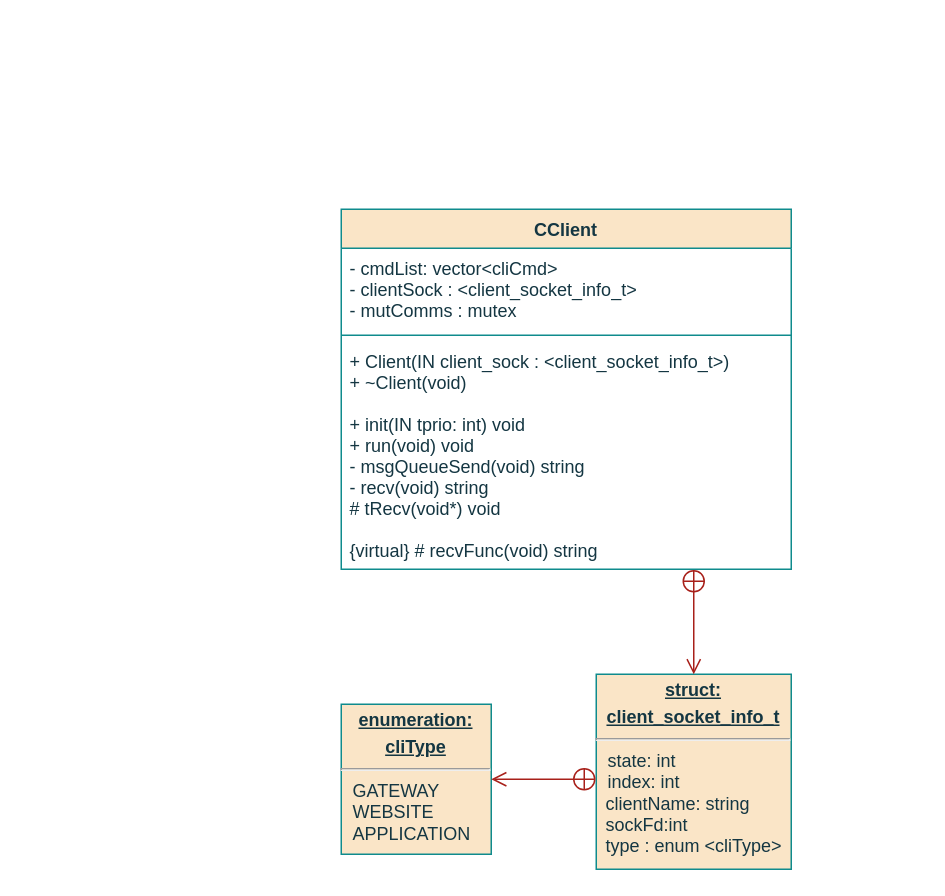
ESRGgroup9/slipad keeps this draw.io diagram as page "CClient" (3 of 4) of documentation/flowcharts/RS/Classes.drawio. Above is the earlier version. Source tidied: cells renumbered, new cells numbered last; positions are measured from the earlier drawing's top-left corner, leaving out a move shared by most shapes. Both pictures are drawn from the tidied source at 150%, with x=0, y=0 at pixel (340, 208).
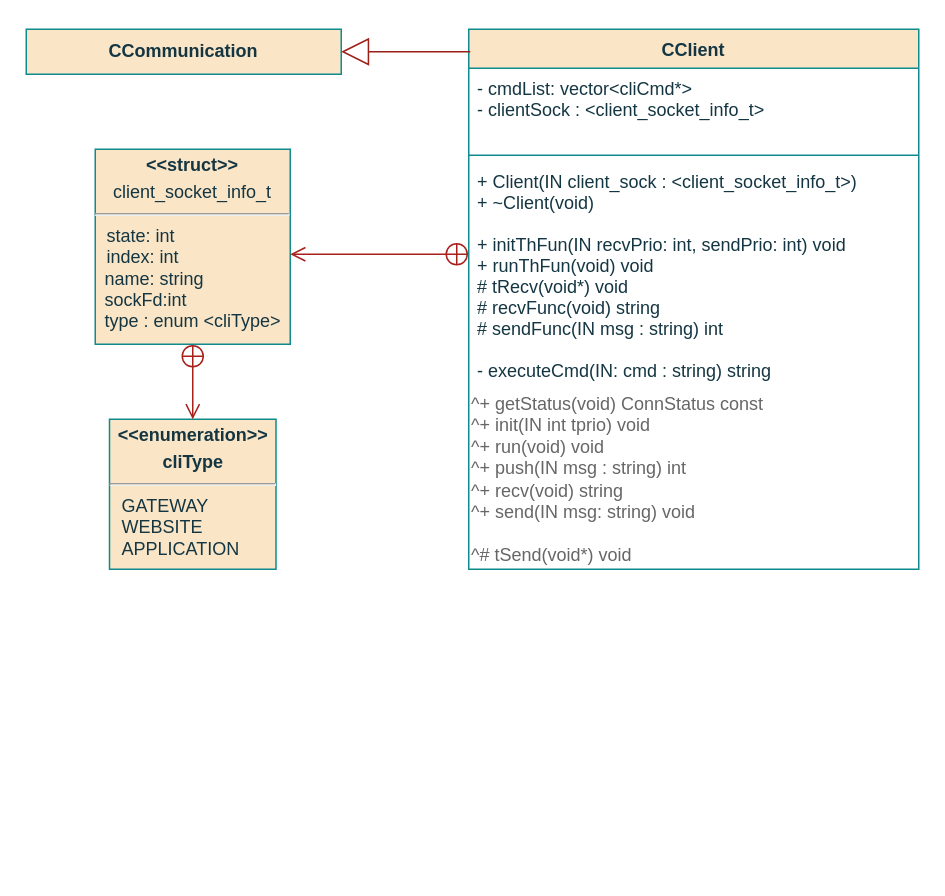
The same diagram, later.

What changed in the source:
```diff
@@
 <mxGraphModel>
   <root>
     <mxCell id="0" />
     <mxCell id="1" parent="0" />
-    <mxCell id="2" value="CClient" style="swimlane;fontStyle=1;align=center;verticalAlign=top;horizontal=1;startSize=26;fillColor=#FAE5C7;strokeColor=#0F8B8D;fontColor=#143642;" parent="1" vertex="1">
-      <mxGeometry width="300" height="240" as="geometry" />
-    </mxCell>
-    <mxCell id="3" value="- cmdList: vector&lt;cliCmd&gt;&#10;- clientSock : &lt;client_socket_info_t&gt;&#10;- mutComms : mutex&#10;" style="text;strokeColor=none;fillColor=none;align=left;verticalAlign=top;spacingLeft=4;spacingRight=4;overflow=hidden;fontColor=#143642;" parent="2" vertex="1">
-      <mxGeometry y="26" width="300" height="54" as="geometry" />
-    </mxCell>
-    <mxCell id="4" style="line;strokeWidth=1;fillColor=none;align=left;verticalAlign=middle;spacingTop=-1;spacingLeft=3;spacingRight=3;labelPosition=right;labelBackgroundColor=#DAD2D8;strokeColor=#0F8B8D;fontColor=#143642;" parent="2" vertex="1">
-      <mxGeometry y="80" width="300" height="8" as="geometry" />
-    </mxCell>
-    <mxCell id="5" value="+ Client(IN client_sock : &lt;client_socket_info_t&gt;)&#10;+ ~Client(void)&#10;&#10;+ init(IN tprio: int) void&#10;+ run(void) void&#10;- msgQueueSend(void) string&#10;- recv(void) string&#10;# tRecv(void*) void&#10;&#10;{virtual} # recvFunc(void) string" style="text;strokeColor=none;fillColor=none;align=left;verticalAlign=top;spacingLeft=4;spacingRight=4;overflow=hidden;points=[[0,0.5],[1,0.5]];portConstraint=eastwest;fontColor=#143642;" parent="2" vertex="1">
-      <mxGeometry y="88" width="300" height="152" as="geometry" />
-    </mxCell>
-    <mxCell id="6" value="&lt;p style=&quot;margin: 0px ; margin-top: 4px ; text-align: center ; text-decoration: underline&quot;&gt;&lt;b&gt;enumeration:&lt;/b&gt;&lt;/p&gt;&lt;p style=&quot;margin: 0px ; margin-top: 4px ; text-align: center ; text-decoration: underline&quot;&gt;&lt;b&gt;cliType&lt;/b&gt;&lt;/p&gt;&lt;hr&gt;&lt;p style=&quot;margin: 0px ; margin-left: 8px&quot;&gt;GATEWAY&lt;/p&gt;&lt;p style=&quot;margin: 0px ; margin-left: 8px&quot;&gt;WEBSITE&lt;/p&gt;&lt;p style=&quot;margin: 0px ; margin-left: 8px&quot;&gt;APPLICATION&lt;br&gt;&lt;/p&gt;" style="verticalAlign=top;align=left;overflow=fill;fontSize=12;fontFamily=Helvetica;html=1;fillColor=#FAE5C7;strokeColor=#0F8B8D;fontColor=#143642;" parent="1" vertex="1">
-      <mxGeometry y="330" width="100" height="100" as="geometry" />
+    <mxCell id="6" value="&lt;p style=&quot;margin: 4px 0px 0px ; text-align: center&quot;&gt;&lt;b&gt;&amp;lt;&amp;lt;enumeration&amp;gt;&amp;gt;&lt;/b&gt;&lt;/p&gt;&lt;p style=&quot;margin: 4px 0px 0px ; text-align: center&quot;&gt;&lt;b&gt;cliType&lt;/b&gt;&lt;/p&gt;&lt;hr&gt;&lt;p style=&quot;margin: 0px ; margin-left: 8px&quot;&gt;GATEWAY&lt;/p&gt;&lt;p style=&quot;margin: 0px ; margin-left: 8px&quot;&gt;WEBSITE&lt;/p&gt;&lt;p style=&quot;margin: 0px ; margin-left: 8px&quot;&gt;APPLICATION&lt;br&gt;&lt;/p&gt;" style="verticalAlign=top;align=left;overflow=fill;fontSize=12;fontFamily=Helvetica;html=1;fillColor=#FAE5C7;strokeColor=#0F8B8D;fontColor=#143642;" parent="1" vertex="1">
+      <mxGeometry x="-154.5" y="140" width="111" height="100" as="geometry" />
     </mxCell>
-    <mxCell id="7" value="&lt;p style=&quot;margin: 0px ; margin-top: 4px ; text-align: center ; text-decoration: underline&quot;&gt;&lt;b&gt;struct:&lt;/b&gt;&lt;/p&gt;&lt;p style=&quot;margin: 0px ; margin-top: 4px ; text-align: center ; text-decoration: underline&quot;&gt;&lt;b&gt;client_socket_info_t&lt;br&gt;&lt;/b&gt;&lt;/p&gt;&lt;hr&gt;&lt;p style=&quot;margin: 0px ; margin-left: 8px&quot;&gt;state: int&lt;/p&gt;&lt;p style=&quot;margin: 0px ; margin-left: 8px&quot;&gt;&lt;span class=&quot;pl-c1&quot;&gt;index&lt;/span&gt;: int&lt;/p&gt;&lt;div&gt;&amp;nbsp; clientName: string&lt;/div&gt;&lt;div&gt;&amp;nbsp; sockFd:int&lt;/div&gt;&lt;div&gt;&amp;nbsp; type : enum &amp;lt;cliType&amp;gt;&lt;/div&gt;" style="verticalAlign=top;align=left;overflow=fill;fontSize=12;fontFamily=Helvetica;html=1;fillColor=#FAE5C7;strokeColor=#0F8B8D;fontColor=#143642;" parent="1" vertex="1">
-      <mxGeometry x="170" y="310" width="130" height="130" as="geometry" />
+    <mxCell id="7" value="&lt;p style=&quot;margin: 4px 0px 0px ; text-align: center&quot;&gt;&lt;b&gt;&amp;lt;&amp;lt;struct&amp;gt;&amp;gt;&lt;/b&gt;&lt;/p&gt;&lt;p style=&quot;margin: 4px 0px 0px ; text-align: center&quot;&gt;client_socket_info_t&lt;b&gt;&lt;br&gt;&lt;/b&gt;&lt;/p&gt;&lt;hr&gt;&lt;p style=&quot;margin: 0px ; margin-left: 8px&quot;&gt;state: int&lt;/p&gt;&lt;p style=&quot;margin: 0px ; margin-left: 8px&quot;&gt;&lt;span class=&quot;pl-c1&quot;&gt;index&lt;/span&gt;: int&lt;/p&gt;&lt;div&gt;&amp;nbsp; name: string&lt;/div&gt;&lt;div&gt;&amp;nbsp; sockFd:int&lt;/div&gt;&lt;div&gt;&amp;nbsp; type : enum &amp;lt;cliType&amp;gt;&lt;/div&gt;" style="verticalAlign=top;align=left;overflow=fill;fontSize=12;fontFamily=Helvetica;html=1;fillColor=#FAE5C7;strokeColor=#0F8B8D;fontColor=#143642;" parent="1" vertex="1">
+      <mxGeometry x="-164" y="-40" width="130" height="130" as="geometry" />
     </mxCell>
     <mxCell id="8" style="endArrow=open;startArrow=circlePlus;endFill=0;startFill=0;endSize=8;html=1;rounded=1;sketch=0;fontColor=#143642;strokeColor=#A8201A;fillColor=#FAE5C7;edgeStyle=orthogonalEdgeStyle;" parent="1" edge="1" source="7" target="6">
       <mxGeometry relative="1" as="geometry">
         <Array as="points">
-          <mxPoint x="136" y="380" />
-          <mxPoint x="136" y="380" />
+          <mxPoint x="-105" y="20" />
         </Array>
       </mxGeometry>
     </mxCell>
-    <mxCell id="9" style="endArrow=open;startArrow=circlePlus;endFill=0;startFill=0;endSize=8;html=1;rounded=1;sketch=0;fontColor=#143642;strokeColor=#A8201A;fillColor=#FAE5C7;edgeStyle=orthogonalEdgeStyle;" parent="1" edge="1" source="5" target="7">
+    <mxCell id="9" style="endArrow=open;startArrow=circlePlus;endFill=0;startFill=0;endSize=8;html=1;rounded=1;sketch=0;fontColor=#143642;strokeColor=#A8201A;fillColor=#FAE5C7;edgeStyle=orthogonalEdgeStyle;" parent="1" edge="1" source="11" target="7">
       <mxGeometry relative="1" as="geometry">
         <Array as="points">
-          <mxPoint x="235" y="280" />
-          <mxPoint x="235" y="280" />
+          <mxPoint x="56" y="30" />
+          <mxPoint x="56" y="30" />
         </Array>
       </mxGeometry>
     </mxCell>
+    <mxCell id="2" value="CClient" style="swimlane;fontStyle=1;align=center;verticalAlign=top;horizontal=1;startSize=26;fillColor=#FAE5C7;strokeColor=#0F8B8D;fontColor=#143642;" parent="1" vertex="1">
+      <mxGeometry x="85" y="-120" width="300" height="360" as="geometry" />
+    </mxCell>
+    <mxCell id="10" value="- cmdList: vector&lt;cliCmd*&gt;&#10;- clientSock : &lt;client_socket_info_t&gt;" style="text;strokeColor=none;fillColor=none;align=left;verticalAlign=top;spacingLeft=4;spacingRight=4;overflow=hidden;fontColor=#143642;" parent="2" vertex="1">
+      <mxGeometry y="26" width="300" height="54" as="geometry" />
+    </mxCell>
+    <mxCell id="4" style="line;strokeWidth=1;fillColor=none;align=left;verticalAlign=middle;spacingTop=-1;spacingLeft=3;spacingRight=3;labelPosition=right;labelBackgroundColor=#DAD2D8;strokeColor=#0F8B8D;fontColor=#143642;" parent="2" vertex="1">
+      <mxGeometry y="80" width="300" height="8" as="geometry" />
+    </mxCell>
+    <mxCell id="11" value="+ Client(IN client_sock : &lt;client_socket_info_t&gt;)&#10;+ ~Client(void)&#10;&#10;+ initThFun(IN recvPrio: int, sendPrio: int) void&#10;+ runThFun(void) void&#10;# tRecv(void*) void&#10; # recvFunc(void) string&#10;# sendFunc(IN msg : string) int&#10;&#10;- executeCmd(IN: cmd : string) string&#10;" style="text;strokeColor=none;fillColor=none;align=left;verticalAlign=top;spacingLeft=4;spacingRight=4;overflow=hidden;points=[[0,0.5],[1,0.5]];portConstraint=eastwest;fontColor=#143642;" parent="2" vertex="1">
+      <mxGeometry y="88" width="300" height="152" as="geometry" />
+    </mxCell>
+    <mxCell id="12" value="&lt;div&gt;&lt;font color=&quot;#666666&quot;&gt;^+ getStatus(void) ConnStatus const&lt;br&gt;^+ init(IN int tprio) void&lt;br&gt;^+ run(void) void&lt;br&gt;^+ push(IN msg : string) int&lt;/font&gt;&lt;/div&gt;&lt;div&gt;&lt;font color=&quot;#666666&quot;&gt;^+ recv(void) string&lt;br&gt;^+ send(IN msg: string) void&lt;/font&gt;&lt;/div&gt;&lt;div&gt;&lt;font color=&quot;#666666&quot;&gt;&lt;br&gt;&lt;/font&gt;&lt;/div&gt;&lt;div align=&quot;left&quot;&gt;&lt;font color=&quot;#666666&quot;&gt;^# tSend(void*) void&lt;/font&gt;&lt;/div&gt;" style="text;html=1;strokeColor=none;fillColor=none;align=left;verticalAlign=middle;whiteSpace=wrap;rounded=0;fontColor=#000000;" parent="2" vertex="1">
+      <mxGeometry y="240" width="300" height="120" as="geometry" />
+    </mxCell>
+    <mxCell id="13" value="CCommunication" style="rounded=0;whiteSpace=wrap;html=1;sketch=0;fontColor=#143642;strokeColor=#0F8B8D;fillColor=#FAE5C7;fontStyle=1;" parent="1" vertex="1">
+      <mxGeometry x="-210" y="-120" width="210" height="30" as="geometry" />
+    </mxCell>
+    <mxCell id="14" style="endArrow=block;endSize=16;endFill=0;html=1;rounded=0;strokeColor=#9C1E18;" parent="1" edge="1" target="13">
+      <mxGeometry relative="1" as="geometry">
+        <mxPoint x="86" y="-105" as="sourcePoint" />
+      </mxGeometry>
+    </mxCell>
   </root>
 </mxGraphModel>
```
